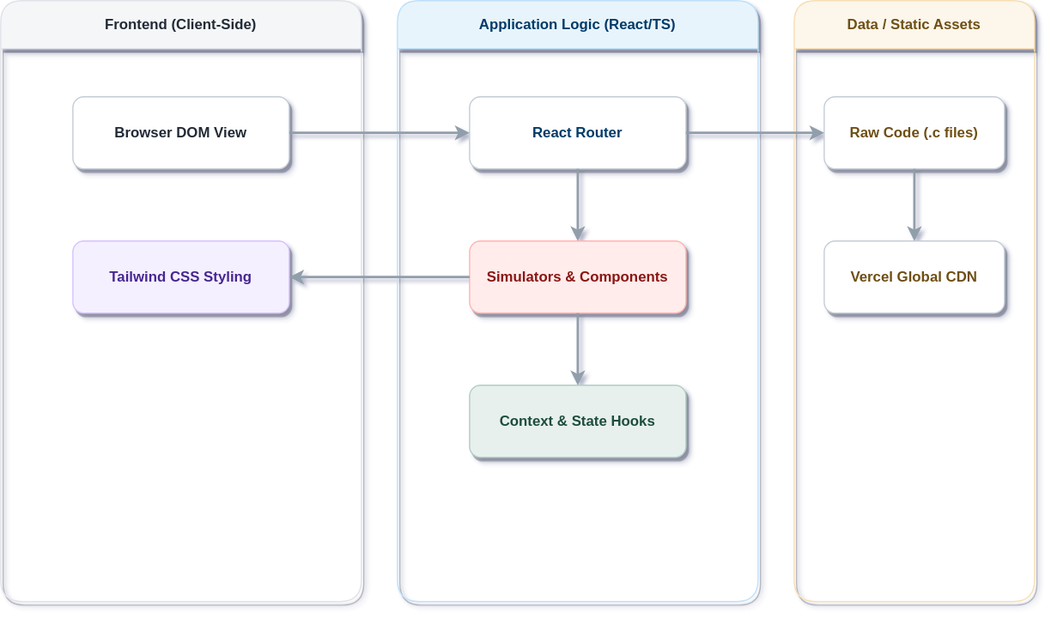
The draw.io diagram public/diagrams/fullstack.drawio.svg in toxicbishop/DSA-with-tsx, before a commit. Source tidied: cells renumbered, new cells last; positions are measured from the earlier drawing's top-left corner, leaving out a move shared by most shapes.
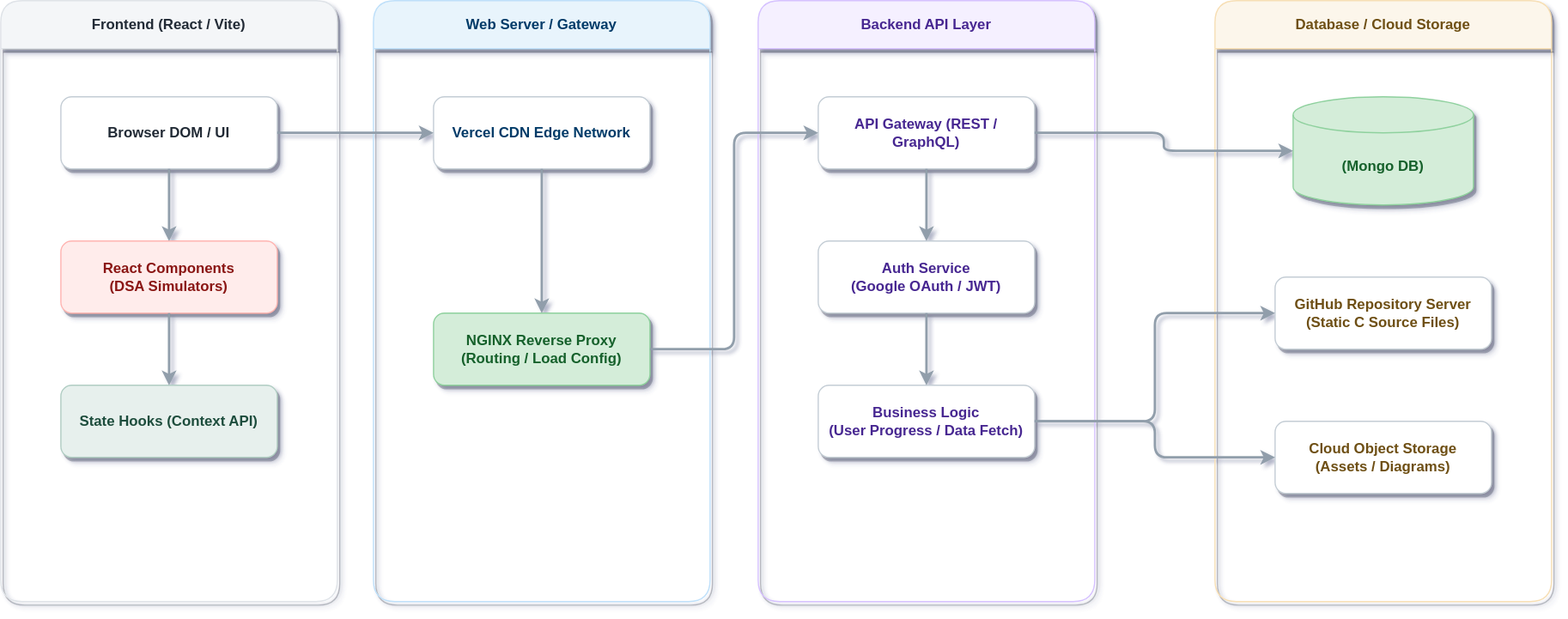
Above is the later version.

Change to the diagram source:
```diff
@@ -2,53 +2,80 @@
   <root>
     <mxCell id="0" />
     <mxCell id="1" parent="0" />
-    <mxCell id="2" value="Frontend (Client-Side)" style="swimlane;whiteSpace=wrap;html=1;fillColor=#f4f6f8;strokeColor=#dfe3e8;fontStyle=1;fontColor=#212b36;shadow=1;startSize=40;rounded=1;" parent="1" vertex="1">
-      <mxGeometry width="300" height="500" as="geometry" />
+    <mxCell id="2" value="Frontend (React / Vite)" style="swimlane;whiteSpace=wrap;html=1;fillColor=#f4f6f8;strokeColor=#dfe3e8;fontStyle=1;fontColor=#212b36;shadow=1;startSize=40;rounded=1;" parent="1" vertex="1">
+      <mxGeometry x="-40" y="-10" width="280" height="500" as="geometry" />
     </mxCell>
-    <mxCell id="3" value="Browser DOM View" style="rounded=1;whiteSpace=wrap;html=1;fillColor=#ffffff;strokeColor=#c4cdd5;fontColor=#212b36;shadow=1;fontStyle=1;" parent="2" vertex="1">
-      <mxGeometry x="60" y="80" width="180" height="60" as="geometry" />
+    <mxCell id="3" value="Browser DOM / UI" style="rounded=1;whiteSpace=wrap;html=1;fillColor=#ffffff;strokeColor=#c4cdd5;fontColor=#212b36;shadow=1;fontStyle=1;" parent="2" vertex="1">
+      <mxGeometry x="50" y="80" width="180" height="60" as="geometry" />
     </mxCell>
-    <mxCell id="4" value="Tailwind CSS Styling" style="rounded=1;whiteSpace=wrap;html=1;fillColor=#f5f0ff;strokeColor=#d6c2ff;fontColor=#472891;shadow=1;fontStyle=1;" parent="2" vertex="1">
-      <mxGeometry x="60" y="200" width="180" height="60" as="geometry" />
-    </mxCell>
+    <mxCell id="7" value="React Components&#10;(DSA Simulators)" style="rounded=1;whiteSpace=wrap;html=1;fillColor=#ffeceb;strokeColor=#ffb5b2;fontColor=#8a1612;shadow=1;fontStyle=1;" parent="2" vertex="1">
+      <mxGeometry x="50" y="200" width="180" height="60" as="geometry" />
+    </mxCell>
+    <mxCell id="8" value="State Hooks (Context API)" style="rounded=1;whiteSpace=wrap;html=1;fillColor=#e7f0ed;strokeColor=#b1cec4;fontColor=#1f4d3c;shadow=1;fontStyle=1;" parent="2" vertex="1">
+      <mxGeometry x="50" y="320" width="180" height="60" as="geometry" />
+    </mxCell>
-    <mxCell id="5" value="Application Logic (React/TS)" style="swimlane;whiteSpace=wrap;html=1;fillColor=#e8f4fc;strokeColor=#bfe0fa;fontStyle=1;fontColor=#003a68;shadow=1;startSize=40;rounded=1;" parent="1" vertex="1">
-      <mxGeometry x="330" width="300" height="500" as="geometry" />
+    <mxCell id="5" value="Web Server / Gateway" style="swimlane;whiteSpace=wrap;html=1;fillColor=#e8f4fc;strokeColor=#bfe0fa;fontStyle=1;fontColor=#003a68;shadow=1;startSize=40;rounded=1;" parent="1" vertex="1">
+      <mxGeometry x="270" y="-10" width="280" height="500" as="geometry" />
     </mxCell>
-    <mxCell id="6" value="React Router" style="rounded=1;whiteSpace=wrap;html=1;fillColor=#ffffff;strokeColor=#c4cdd5;fontColor=#003a68;shadow=1;fontStyle=1;" parent="5" vertex="1">
-      <mxGeometry x="60" y="80" width="180" height="60" as="geometry" />
+    <mxCell id="6" value="Vercel CDN Edge Network" style="rounded=1;whiteSpace=wrap;html=1;fillColor=#ffffff;strokeColor=#c4cdd5;fontColor=#003a68;shadow=1;fontStyle=1;" parent="5" vertex="1">
+      <mxGeometry x="50" y="80" width="180" height="60" as="geometry" />
     </mxCell>
-    <mxCell id="7" value="Simulators &amp; Components" style="rounded=1;whiteSpace=wrap;html=1;fillColor=#ffeceb;strokeColor=#ffb5b2;fontColor=#8a1612;shadow=1;fontStyle=1;" parent="5" vertex="1">
-      <mxGeometry x="60" y="200" width="180" height="60" as="geometry" />
-    </mxCell>
-    <mxCell id="8" value="Context &amp; State Hooks" style="rounded=1;whiteSpace=wrap;html=1;fillColor=#e7f0ed;strokeColor=#b1cec4;fontColor=#1f4d3c;shadow=1;fontStyle=1;" parent="5" vertex="1">
-      <mxGeometry x="60" y="320" width="180" height="60" as="geometry" />
-    </mxCell>
+    <mxCell id="18" value="NGINX Reverse Proxy&#10;(Routing / Load Config)" style="rounded=1;whiteSpace=wrap;html=1;fillColor=#d4edd9;strokeColor=#8fd19e;fontColor=#15612c;shadow=1;fontStyle=1;" parent="5" vertex="1">
+      <mxGeometry x="50" y="260" width="180" height="60" as="geometry" />
+    </mxCell>
-    <mxCell id="9" value="Data / Static Assets" style="swimlane;whiteSpace=wrap;html=1;fillColor=#fcf6eb;strokeColor=#f7dfb5;fontStyle=1;fontColor=#6e4f13;shadow=1;startSize=40;rounded=1;" parent="1" vertex="1">
-      <mxGeometry x="660" width="200" height="500" as="geometry" />
+    <mxCell id="9" value="Backend API Layer" style="swimlane;whiteSpace=wrap;html=1;fillColor=#f5f0ff;strokeColor=#d6c2ff;fontStyle=1;fontColor=#472891;shadow=1;startSize=40;rounded=1;" parent="1" vertex="1">
+      <mxGeometry x="590" y="-10" width="280" height="500" as="geometry" />
     </mxCell>
+    <mxCell id="19" value="API Gateway (REST / GraphQL)" style="rounded=1;whiteSpace=wrap;html=1;fillColor=#ffffff;strokeColor=#c4cdd5;fontColor=#472891;shadow=1;fontStyle=1;" parent="9" vertex="1">
+      <mxGeometry x="50" y="80" width="180" height="60" as="geometry" />
+    </mxCell>
+    <mxCell id="20" value="Auth Service&#10;(Google OAuth / JWT)" style="rounded=1;whiteSpace=wrap;html=1;fillColor=#ffffff;strokeColor=#c4cdd5;fontColor=#472891;shadow=1;fontStyle=1;" parent="9" vertex="1">
+      <mxGeometry x="50" y="200" width="180" height="60" as="geometry" />
+    </mxCell>
+    <mxCell id="21" value="Business Logic&#10;(User Progress / Data Fetch)" style="rounded=1;whiteSpace=wrap;html=1;fillColor=#ffffff;strokeColor=#c4cdd5;fontColor=#472891;shadow=1;fontStyle=1;" parent="9" vertex="1">
+      <mxGeometry x="50" y="320" width="180" height="60" as="geometry" />
+    </mxCell>
+    <mxCell id="22" value="Database / Cloud Storage" style="swimlane;whiteSpace=wrap;html=1;fillColor=#fcf6eb;strokeColor=#f7dfb5;fontStyle=1;fontColor=#6e4f13;shadow=1;startSize=40;rounded=1;" parent="1" vertex="1">
+      <mxGeometry x="970" y="-10" width="280" height="500" as="geometry" />
+    </mxCell>
+    <mxCell id="23" value="(Mongo DB)" style="shape=cylinder3;whiteSpace=wrap;html=1;boundedLbl=1;backgroundOutline=1;size=15;fillColor=#d4edd9;strokeColor=#8fd19e;fontColor=#15612c;shadow=1;fontStyle=1;" parent="22" vertex="1">
+      <mxGeometry x="65" y="80" width="150" height="90" as="geometry" />
+    </mxCell>
-    <mxCell id="10" value="Raw Code (.c files)" style="rounded=1;whiteSpace=wrap;html=1;fillColor=#ffffff;strokeColor=#c4cdd5;fontColor=#6e4f13;shadow=1;fontStyle=1;" parent="9" vertex="1">
-      <mxGeometry x="25" y="80" width="150" height="60" as="geometry" />
+    <mxCell id="10" value="GitHub Repository Server&#10;(Static C Source Files)" style="rounded=1;whiteSpace=wrap;html=1;fillColor=#ffffff;strokeColor=#c4cdd5;fontColor=#6e4f13;shadow=1;fontStyle=1;" parent="22" vertex="1">
+      <mxGeometry x="50" y="230" width="180" height="60" as="geometry" />
     </mxCell>
-    <mxCell id="11" value="Vercel Global CDN" style="rounded=1;whiteSpace=wrap;html=1;fillColor=#ffffff;strokeColor=#c4cdd5;fontColor=#6e4f13;shadow=1;fontStyle=1;" parent="9" vertex="1">
-      <mxGeometry x="25" y="200" width="150" height="60" as="geometry" />
-    </mxCell>
+    <mxCell id="24" value="Cloud Object Storage&#10;(Assets / Diagrams)" style="rounded=1;whiteSpace=wrap;html=1;fillColor=#ffffff;strokeColor=#c4cdd5;fontColor=#6e4f13;shadow=1;fontStyle=1;" parent="22" vertex="1">
+      <mxGeometry x="50" y="350" width="180" height="60" as="geometry" />
+    </mxCell>
-    <mxCell id="12" style="edgeStyle=orthogonalEdgeStyle;html=1;exitX=1;exitY=0.5;entryX=0;entryY=0.5;strokeColor=#919eab;strokeWidth=2;" parent="1" edge="1" source="3" target="6">
+    <mxCell id="12" style="edgeStyle=orthogonalEdgeStyle;html=1;exitX=0.5;exitY=1;entryX=0.5;entryY=0;strokeColor=#919eab;strokeWidth=2;" parent="1" edge="1" source="3" target="7">
       <mxGeometry relative="1" as="geometry" />
     </mxCell>
-    <mxCell id="13" style="edgeStyle=orthogonalEdgeStyle;html=1;exitX=0.5;exitY=1;entryX=0.5;entryY=0;strokeColor=#919eab;strokeWidth=2;" parent="1" edge="1" source="6" target="7">
+    <mxCell id="13" style="edgeStyle=orthogonalEdgeStyle;html=1;exitX=0.5;exitY=1;entryX=0.5;entryY=0;strokeColor=#919eab;strokeWidth=2;" parent="1" edge="1" source="7" target="8">
       <mxGeometry relative="1" as="geometry" />
     </mxCell>
-    <mxCell id="14" style="edgeStyle=orthogonalEdgeStyle;html=1;exitX=0;exitY=0.5;entryX=1;entryY=0.5;strokeColor=#919eab;strokeWidth=2;" parent="1" edge="1" source="7" target="4">
+    <mxCell id="14" style="edgeStyle=orthogonalEdgeStyle;html=1;exitX=1;exitY=0.5;entryX=0;entryY=0.5;strokeColor=#919eab;strokeWidth=2;" parent="1" edge="1" source="3" target="6">
       <mxGeometry relative="1" as="geometry" />
     </mxCell>
+    <mxCell id="25" style="edgeStyle=orthogonalEdgeStyle;html=1;exitX=0.5;exitY=1;entryX=0.5;entryY=0;strokeColor=#919eab;strokeWidth=2;" parent="1" edge="1" source="6" target="18">
+      <mxGeometry relative="1" as="geometry" />
+    </mxCell>
-    <mxCell id="15" style="edgeStyle=orthogonalEdgeStyle;html=1;exitX=0.5;exitY=1;entryX=0.5;entryY=0;strokeColor=#919eab;strokeWidth=2;" parent="1" edge="1" source="7" target="8">
+    <mxCell id="15" style="edgeStyle=orthogonalEdgeStyle;html=1;exitX=1;exitY=0.5;entryX=0;entryY=0.5;strokeColor=#919eab;strokeWidth=2;" parent="1" edge="1" source="18" target="19">
       <mxGeometry relative="1" as="geometry" />
     </mxCell>
-    <mxCell id="16" style="edgeStyle=orthogonalEdgeStyle;html=1;exitX=1;exitY=0.5;entryX=0;entryY=0.5;strokeColor=#919eab;strokeWidth=2;" parent="1" edge="1" source="6" target="10">
+    <mxCell id="16" style="edgeStyle=orthogonalEdgeStyle;html=1;exitX=0.5;exitY=1;entryX=0.5;entryY=0;strokeColor=#919eab;strokeWidth=2;" parent="1" edge="1" source="19" target="20">
       <mxGeometry relative="1" as="geometry" />
     </mxCell>
-    <mxCell id="17" style="edgeStyle=orthogonalEdgeStyle;html=1;exitX=0.5;exitY=1;entryX=0.5;entryY=0;strokeColor=#919eab;strokeWidth=2;" parent="1" edge="1" source="10" target="11">
+    <mxCell id="17" style="edgeStyle=orthogonalEdgeStyle;html=1;exitX=0.5;exitY=1;entryX=0.5;entryY=0;strokeColor=#919eab;strokeWidth=2;" parent="1" edge="1" source="20" target="21">
       <mxGeometry relative="1" as="geometry" />
     </mxCell>
+    <mxCell id="26" style="edgeStyle=orthogonalEdgeStyle;html=1;exitX=1;exitY=0.5;entryX=0;entryY=0.5;strokeColor=#919eab;strokeWidth=2;" parent="1" edge="1" source="19" target="23">
+      <mxGeometry relative="1" as="geometry" />
+    </mxCell>
+    <mxCell id="27" style="edgeStyle=orthogonalEdgeStyle;html=1;exitX=1;exitY=0.5;entryX=0;entryY=0.5;strokeColor=#919eab;strokeWidth=2;" parent="1" edge="1" source="21" target="10">
+      <mxGeometry relative="1" as="geometry" />
+    </mxCell>
+    <mxCell id="28" style="edgeStyle=orthogonalEdgeStyle;html=1;exitX=1;exitY=0.5;entryX=0;entryY=0.5;strokeColor=#919eab;strokeWidth=2;" parent="1" edge="1" source="21" target="24">
+      <mxGeometry relative="1" as="geometry" />
+    </mxCell>
   </root>
 </mxGraphModel>
```
